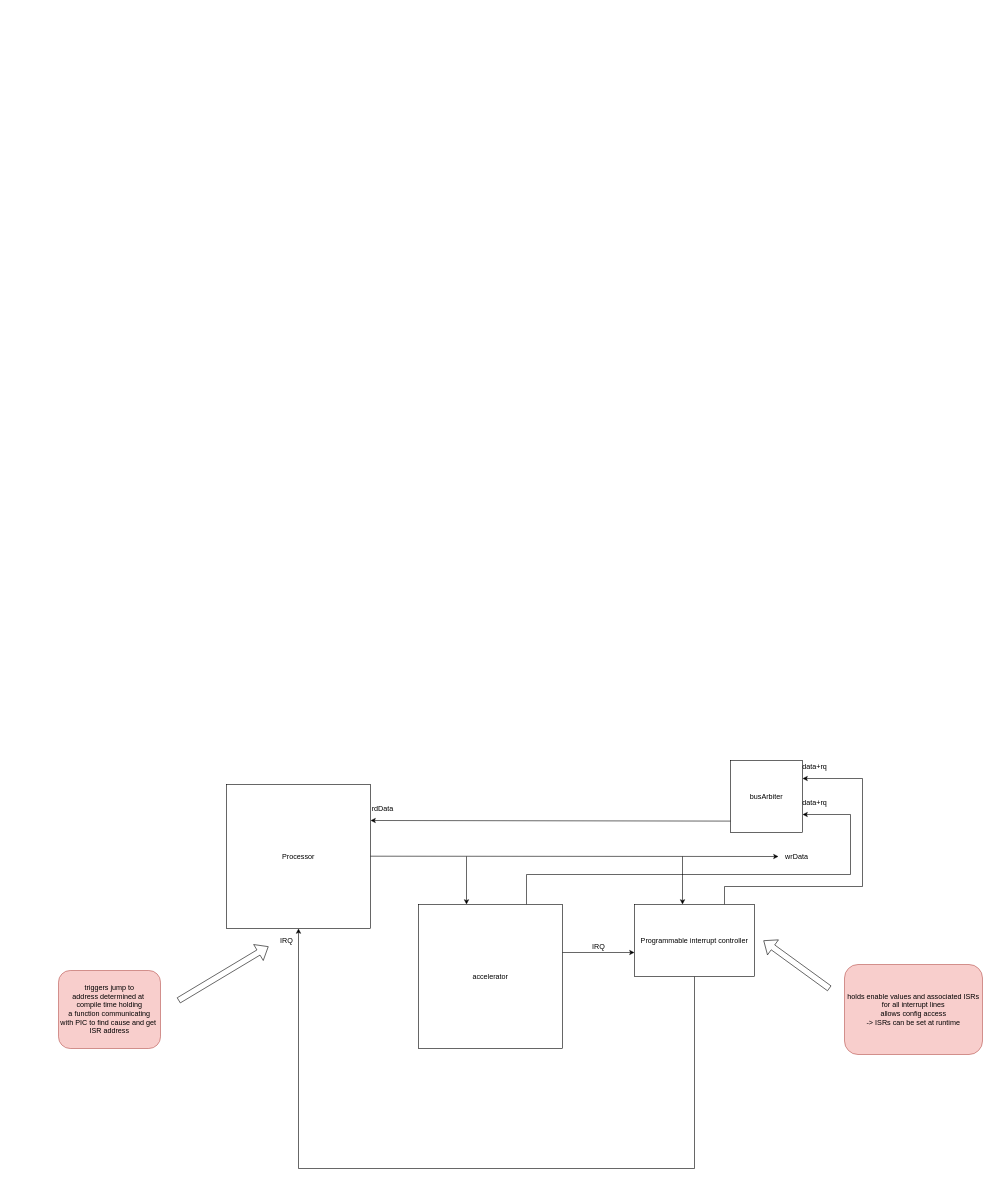
The draw.io diagram documentation/sysArch.drawio in tjarker/RVCore, before the edit. Source tidied: cells renumbered, new cells numbered last; positions are measured from the earlier drawing's top-left corner, leaving out a move shared by most shapes. Both pictures are drawn from the tidied source at 60%, with x=0, y=0 at pixel (58, 760).
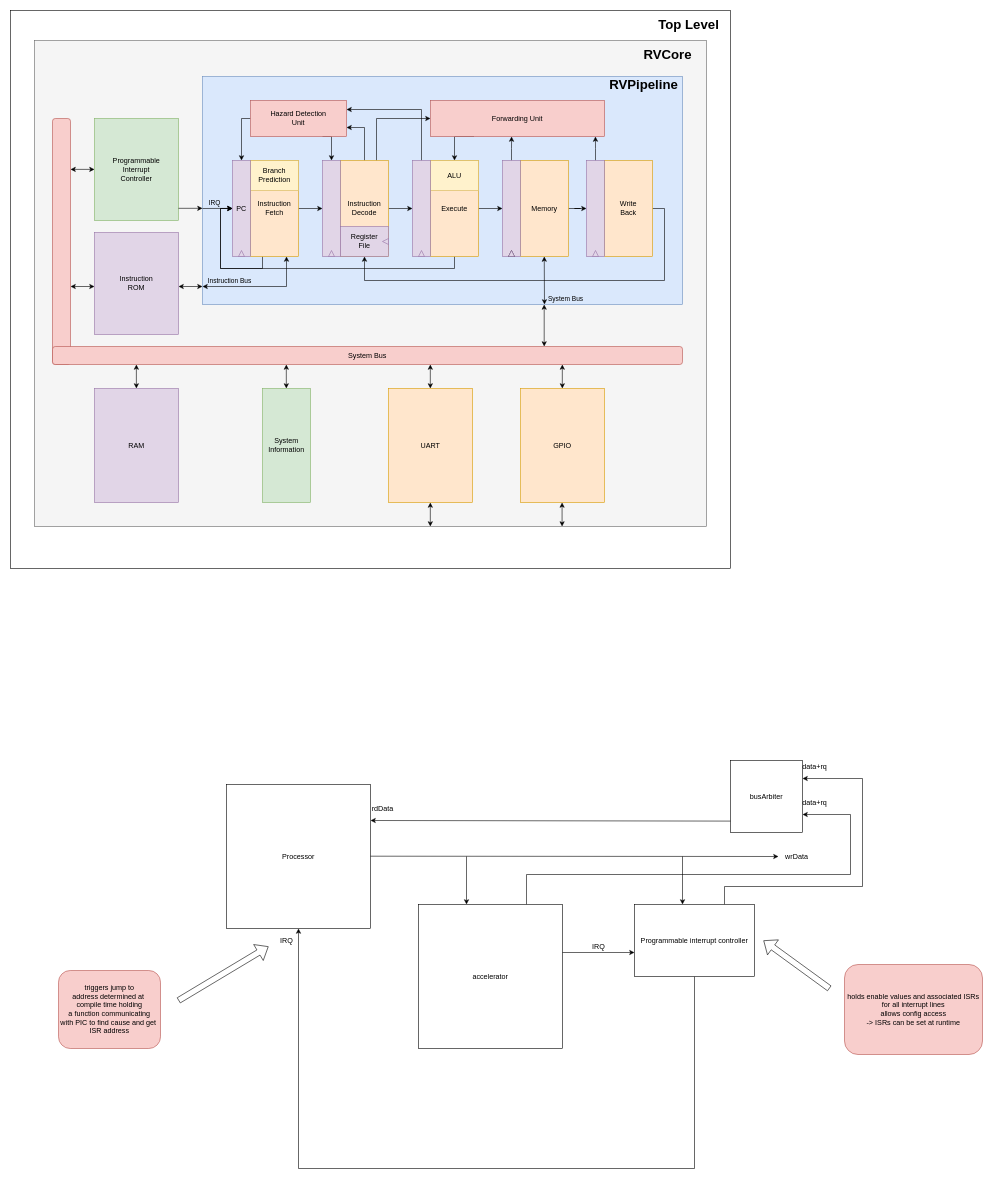
After the change.

Diff of the diagram source:
```diff
@@
+    <mxCell id="24" style="rounded=0;whiteSpace=wrap;html=1;" parent="1" vertex="1">
+      <mxGeometry x="-80" y="-1250" width="1200" height="930" as="geometry" />
+    </mxCell>
+    <mxCell id="25" style="rounded=0;whiteSpace=wrap;html=1;fillColor=#f5f5f5;strokeColor=#666666;fontColor=#333333;" parent="1" vertex="1">
+      <mxGeometry x="-40" y="-1200" width="1120" height="810" as="geometry" />
+    </mxCell>
+    <mxCell id="26" style="rounded=0;whiteSpace=wrap;html=1;fillColor=#dae8fc;strokeColor=#6c8ebf;" parent="1" vertex="1">
+      <mxGeometry x="240" y="-1140" width="800" height="380" as="geometry" />
+    </mxCell>
@@
+    <mxCell id="27" style="edgeStyle=orthogonalEdgeStyle;rounded=0;jettySize=auto;html=1;exitX=1;exitY=0.5;exitDx=0;exitDy=0;entryX=0;entryY=0.5;entryDx=0;entryDy=0;" parent="1" edge="1" source="29" target="41">
+      <mxGeometry relative="1" as="geometry" />
+    </mxCell>
+    <mxCell id="28" style="edgeStyle=orthogonalEdgeStyle;rounded=0;jettySize=auto;html=1;exitX=0.25;exitY=1;exitDx=0;exitDy=0;entryX=0;entryY=0.5;entryDx=0;entryDy=0;" parent="1" edge="1" source="29" target="88">
+      <mxGeometry relative="1" as="geometry">
+        <Array as="points">
+          <mxPoint x="340" y="-820" />
+          <mxPoint x="270" y="-820" />
+          <mxPoint x="270" y="-920" />
+        </Array>
+      </mxGeometry>
+    </mxCell>
+    <mxCell id="29" value="Instruction&lt;br&gt;Fetch" style="rounded=0;whiteSpace=wrap;html=1;fillColor=#ffe6cc;strokeColor=#d79b00;" parent="1" vertex="1">
+      <mxGeometry x="320" y="-1000" width="80" height="160" as="geometry" />
+    </mxCell>
+    <mxCell id="30" style="edgeStyle=orthogonalEdgeStyle;rounded=0;jettySize=auto;html=1;exitX=1;exitY=0.5;exitDx=0;exitDy=0;entryX=0;entryY=0.5;entryDx=0;entryDy=0;" parent="1" edge="1" source="33" target="90">
+      <mxGeometry relative="1" as="geometry" />
+    </mxCell>
+    <mxCell id="31" style="edgeStyle=orthogonalEdgeStyle;rounded=0;jettySize=auto;html=1;exitX=0.75;exitY=0;exitDx=0;exitDy=0;entryX=0;entryY=0.5;entryDx=0;entryDy=0;" parent="1" edge="1" source="33" target="56">
+      <mxGeometry relative="1" as="geometry">
+        <Array as="points">
+          <mxPoint x="530" y="-1070" />
+        </Array>
+      </mxGeometry>
+    </mxCell>
+    <mxCell id="32" style="edgeStyle=orthogonalEdgeStyle;rounded=0;jettySize=auto;html=1;exitX=0.5;exitY=0;exitDx=0;exitDy=0;entryX=1;entryY=0.75;entryDx=0;entryDy=0;" parent="1" edge="1" source="33" target="59">
+      <mxGeometry relative="1" as="geometry" />
+    </mxCell>
+    <mxCell id="33" value="Instruction&lt;br&gt;Decode" style="rounded=0;whiteSpace=wrap;html=1;fillColor=#ffe6cc;strokeColor=#d79b00;" parent="1" vertex="1">
+      <mxGeometry x="470" y="-1000" width="80" height="160" as="geometry" />
+    </mxCell>
+    <mxCell id="34" style="edgeStyle=orthogonalEdgeStyle;rounded=0;jettySize=auto;html=1;exitX=1;exitY=0.5;exitDx=0;exitDy=0;entryX=0;entryY=0.5;entryDx=0;entryDy=0;" parent="1" edge="1" source="36" target="45">
+      <mxGeometry relative="1" as="geometry" />
+    </mxCell>
+    <mxCell id="35" style="edgeStyle=orthogonalEdgeStyle;rounded=0;jettySize=auto;html=1;exitX=0.5;exitY=1;exitDx=0;exitDy=0;entryX=0;entryY=0.5;entryDx=0;entryDy=0;" parent="1" edge="1" source="36" target="88">
+      <mxGeometry relative="1" as="geometry">
+        <Array as="points">
+          <mxPoint x="660" y="-820" />
+          <mxPoint x="270" y="-820" />
+          <mxPoint x="270" y="-920" />
+        </Array>
+      </mxGeometry>
+    </mxCell>
+    <mxCell id="36" value="Execute" style="rounded=0;whiteSpace=wrap;html=1;fillColor=#ffe6cc;strokeColor=#d79b00;" parent="1" vertex="1">
+      <mxGeometry x="620" y="-1000" width="80" height="160" as="geometry" />
+    </mxCell>
+    <mxCell id="37" style="edgeStyle=orthogonalEdgeStyle;rounded=0;jettySize=auto;html=1;exitX=1;exitY=0.5;exitDx=0;exitDy=0;" parent="1" edge="1" source="38" target="48">
+      <mxGeometry relative="1" as="geometry" />
+    </mxCell>
+    <mxCell id="38" value="Memory" style="rounded=0;whiteSpace=wrap;html=1;fillColor=#ffe6cc;strokeColor=#d79b00;" parent="1" vertex="1">
+      <mxGeometry x="770" y="-1000" width="80" height="160" as="geometry" />
+    </mxCell>
+    <mxCell id="39" style="edgeStyle=orthogonalEdgeStyle;rounded=0;jettySize=auto;html=1;exitX=1;exitY=0.5;exitDx=0;exitDy=0;entryX=0.5;entryY=1;entryDx=0;entryDy=0;" parent="1" edge="1" source="40" target="51">
+      <mxGeometry relative="1" as="geometry">
+        <Array as="points">
+          <mxPoint x="1010" y="-920" />
+          <mxPoint x="1010" y="-800" />
+          <mxPoint x="510" y="-800" />
+        </Array>
+      </mxGeometry>
+    </mxCell>
+    <mxCell id="40" value="Write&lt;br&gt;Back" style="rounded=0;whiteSpace=wrap;html=1;fillColor=#ffe6cc;strokeColor=#d79b00;" parent="1" vertex="1">
+      <mxGeometry x="910" y="-1000" width="80" height="160" as="geometry" />
+    </mxCell>
+    <mxCell id="41" style="rounded=0;whiteSpace=wrap;html=1;fillColor=#e1d5e7;strokeColor=#9673a6;" parent="1" vertex="1">
+      <mxGeometry x="440" y="-1000" width="30" height="160" as="geometry" />
+    </mxCell>
+    <mxCell id="42" style="triangle;whiteSpace=wrap;html=1;rotation=-90;fillColor=#e1d5e7;strokeColor=#9673a6;" parent="1" vertex="1">
+      <mxGeometry x="450" y="-850" width="10" height="10" as="geometry" />
+    </mxCell>
+    <mxCell id="43" style="edgeStyle=orthogonalEdgeStyle;rounded=0;jettySize=auto;html=1;exitX=0.5;exitY=0;exitDx=0;exitDy=0;entryX=1;entryY=0.25;entryDx=0;entryDy=0;" parent="1" edge="1" source="90" target="59">
+      <mxGeometry relative="1" as="geometry" />
+    </mxCell>
+    <mxCell id="44" style="edgeStyle=orthogonalEdgeStyle;rounded=0;jettySize=auto;html=1;exitX=0.5;exitY=0;exitDx=0;exitDy=0;entryX=0.466;entryY=1;entryDx=0;entryDy=0;entryPerimeter=0;" parent="1" edge="1" source="45" target="56">
+      <mxGeometry relative="1" as="geometry" />
+    </mxCell>
+    <mxCell id="45" style="rounded=0;whiteSpace=wrap;html=1;fillColor=#e1d5e7;strokeColor=#9673a6;" parent="1" vertex="1">
+      <mxGeometry x="740" y="-1000" width="30" height="160" as="geometry" />
+    </mxCell>
+    <mxCell id="46" style="triangle;whiteSpace=wrap;html=1;rotation=-90;" parent="1" vertex="1">
+      <mxGeometry x="750" y="-850" width="10" height="10" as="geometry" />
+    </mxCell>
+    <mxCell id="47" style="edgeStyle=orthogonalEdgeStyle;rounded=0;jettySize=auto;html=1;exitX=0.5;exitY=0;exitDx=0;exitDy=0;entryX=0.948;entryY=1;entryDx=0;entryDy=0;entryPerimeter=0;" parent="1" edge="1" source="48" target="56">
+      <mxGeometry relative="1" as="geometry" />
+    </mxCell>
+    <mxCell id="48" style="rounded=0;whiteSpace=wrap;html=1;fillColor=#e1d5e7;strokeColor=#9673a6;" parent="1" vertex="1">
+      <mxGeometry x="880" y="-1000" width="30" height="160" as="geometry" />
+    </mxCell>
+    <mxCell id="49" style="triangle;whiteSpace=wrap;html=1;rotation=-90;fillColor=#e1d5e7;strokeColor=#9673a6;" parent="1" vertex="1">
+      <mxGeometry x="890" y="-850" width="10" height="10" as="geometry" />
+    </mxCell>
+    <mxCell id="50" value="Branch&lt;br&gt;Prediction" style="rounded=0;whiteSpace=wrap;html=1;fillColor=#fff2cc;strokeColor=#d6b656;" parent="1" vertex="1">
+      <mxGeometry x="320" y="-1000" width="80" height="50" as="geometry" />
+    </mxCell>
+    <mxCell id="51" value="Register&lt;br&gt;File" style="rounded=0;whiteSpace=wrap;html=1;fillColor=#e1d5e7;strokeColor=#9673a6;" parent="1" vertex="1">
+      <mxGeometry x="470" y="-890" width="80" height="50" as="geometry" />
+    </mxCell>
+    <mxCell id="52" style="triangle;whiteSpace=wrap;html=1;rotation=-180;fillColor=#e1d5e7;strokeColor=#9673a6;" parent="1" vertex="1">
+      <mxGeometry x="540" y="-870" width="10" height="10" as="geometry" />
+    </mxCell>
+    <mxCell id="53" value="ALU" style="rounded=0;whiteSpace=wrap;html=1;fillColor=#fff2cc;strokeColor=#d6b656;" parent="1" vertex="1">
+      <mxGeometry x="620" y="-1000" width="80" height="50" as="geometry" />
+    </mxCell>
+    <mxCell id="54" style="triangle;whiteSpace=wrap;html=1;rotation=-90;fillColor=#e1d5e7;strokeColor=#9673a6;" parent="1" vertex="1">
+      <mxGeometry x="750" y="-850" width="10" height="10" as="geometry" />
+    </mxCell>
+    <mxCell id="55" style="edgeStyle=orthogonalEdgeStyle;rounded=0;jettySize=auto;html=1;exitX=0.25;exitY=1;exitDx=0;exitDy=0;entryX=0.5;entryY=0;entryDx=0;entryDy=0;" parent="1" edge="1" source="56" target="53">
+      <mxGeometry relative="1" as="geometry">
+        <Array as="points">
+          <mxPoint x="660" y="-1040" />
+        </Array>
+      </mxGeometry>
+    </mxCell>
+    <mxCell id="56" value="Forwarding Unit" style="rounded=0;whiteSpace=wrap;html=1;fillColor=#f8cecc;strokeColor=#b85450;" parent="1" vertex="1">
+      <mxGeometry x="620" y="-1100" width="290" height="60" as="geometry" />
+    </mxCell>
+    <mxCell id="57" style="edgeStyle=orthogonalEdgeStyle;rounded=0;jettySize=auto;html=1;exitX=0;exitY=0.5;exitDx=0;exitDy=0;entryX=0.5;entryY=0;entryDx=0;entryDy=0;" parent="1" edge="1" source="59" target="88">
+      <mxGeometry relative="1" as="geometry">
+        <Array as="points">
+          <mxPoint x="305" y="-1070" />
+        </Array>
+      </mxGeometry>
+    </mxCell>
+    <mxCell id="58" style="edgeStyle=orthogonalEdgeStyle;rounded=0;jettySize=auto;html=1;exitX=0.75;exitY=1;exitDx=0;exitDy=0;entryX=0.5;entryY=0;entryDx=0;entryDy=0;" parent="1" edge="1" source="59" target="41">
+      <mxGeometry relative="1" as="geometry">
+        <Array as="points">
+          <mxPoint x="455" y="-1040" />
+        </Array>
+      </mxGeometry>
+    </mxCell>
+    <mxCell id="59" value="Hazard Detection&lt;br&gt;Unit" style="rounded=0;whiteSpace=wrap;html=1;fillColor=#f8cecc;strokeColor=#b85450;" parent="1" vertex="1">
+      <mxGeometry x="320" y="-1100" width="160" height="60" as="geometry" />
+    </mxCell>
+    <mxCell id="60" style="endArrow=classic;startArrow=classic;html=1;" parent="1" edge="1">
+      <mxGeometry relative="1" as="geometry">
+        <mxPoint x="810" y="-760" as="sourcePoint" />
+        <mxPoint x="809.6" y="-840" as="targetPoint" />
+      </mxGeometry>
+    </mxCell>
+    <mxCell id="61" value="RVPipeline" style="text;html=1;align=center;verticalAlign=middle;fontStyle=1;fontSize=22;" parent="1" vertex="1">
+      <mxGeometry x="910" y="-1140" width="130" height="30" as="geometry" />
+    </mxCell>
+    <mxCell id="62" style="endArrow=classic;html=1;fontSize=22;" parent="1" edge="1">
+      <mxGeometry relative="1" as="geometry">
+        <mxPoint x="240" y="-920" as="sourcePoint" />
+        <mxPoint x="290" y="-920.2" as="targetPoint" />
+      </mxGeometry>
+    </mxCell>
+    <mxCell id="63" value="&lt;font style=&quot;font-size: 11px&quot;&gt;Instruction Bus&lt;/font&gt;" style="text;html=1;align=center;verticalAlign=middle;fontSize=11;" parent="1" vertex="1">
+      <mxGeometry x="240" y="-810" width="90" height="20" as="geometry" />
+    </mxCell>
+    <mxCell id="64" value="&lt;font style=&quot;font-size: 11px&quot;&gt;System Bus&lt;/font&gt;" style="text;html=1;align=center;verticalAlign=middle;fontSize=11;" parent="1" vertex="1">
+      <mxGeometry x="810" y="-780" width="70" height="20" as="geometry" />
+    </mxCell>
+    <mxCell id="65" value="&lt;font style=&quot;font-size: 11px;&quot;&gt;IRQ&lt;/font&gt;" style="text;html=1;align=center;verticalAlign=middle;fontSize=11;" parent="1" vertex="1">
+      <mxGeometry x="240" y="-940" width="40" height="20" as="geometry" />
+    </mxCell>
+    <mxCell id="66" style="endArrow=classic;startArrow=classic;html=1;" parent="1" edge="1">
+      <mxGeometry relative="1" as="geometry">
+        <mxPoint x="200" y="-790" as="sourcePoint" />
+        <mxPoint x="240" y="-790" as="targetPoint" />
+      </mxGeometry>
+    </mxCell>
+    <mxCell id="67" value="Programmable&lt;br&gt;Interrupt&lt;br&gt;Controller" style="rounded=0;whiteSpace=wrap;html=1;fillColor=#d5e8d4;strokeColor=#82b366;" parent="1" vertex="1">
+      <mxGeometry x="60" y="-1070" width="140" height="170" as="geometry" />
+    </mxCell>
+    <mxCell id="68" style="endArrow=classic;html=1;" parent="1" edge="1">
+      <mxGeometry relative="1" as="geometry">
+        <mxPoint x="200" y="-920.3" as="sourcePoint" />
+        <mxPoint x="240" y="-920.3" as="targetPoint" />
+      </mxGeometry>
+    </mxCell>
+    <mxCell id="69" value="Instruction&lt;br&gt;ROM" style="rounded=0;whiteSpace=wrap;html=1;fillColor=#e1d5e7;strokeColor=#9673a6;" parent="1" vertex="1">
+      <mxGeometry x="60" y="-880" width="140" height="170" as="geometry" />
+    </mxCell>
+    <mxCell id="70" style="endArrow=classic;html=1;" parent="1" edge="1">
+      <mxGeometry relative="1" as="geometry">
+        <mxPoint x="380" y="-790" as="sourcePoint" />
+        <mxPoint x="380" y="-840" as="targetPoint" />
+      </mxGeometry>
+    </mxCell>
+    <mxCell id="71" style="endArrow=classic;html=1;" parent="1" edge="1">
+      <mxGeometry relative="1" as="geometry">
+        <mxPoint x="380" y="-790" as="sourcePoint" />
+        <mxPoint x="240" y="-790" as="targetPoint" />
+      </mxGeometry>
+    </mxCell>
+    <mxCell id="72" style="rounded=1;whiteSpace=wrap;html=1;fillColor=#f8cecc;strokeColor=#b85450;" parent="1" vertex="1">
+      <mxGeometry x="-10" y="-1070" width="30" height="410" as="geometry" />
+    </mxCell>
+    <mxCell id="73" value="System Bus" style="rounded=1;whiteSpace=wrap;html=1;fillColor=#f8cecc;strokeColor=#b85450;" parent="1" vertex="1">
+      <mxGeometry x="-10" y="-690" width="1050" height="30" as="geometry" />
+    </mxCell>
+    <mxCell id="74" style="endArrow=classic;startArrow=classic;html=1;" parent="1" edge="1">
+      <mxGeometry relative="1" as="geometry">
+        <mxPoint x="20" y="-790" as="sourcePoint" />
+        <mxPoint x="60" y="-790" as="targetPoint" />
+      </mxGeometry>
+    </mxCell>
+    <mxCell id="75" style="endArrow=classic;startArrow=classic;html=1;" parent="1" edge="1">
+      <mxGeometry relative="1" as="geometry">
+        <mxPoint x="20" y="-985.2" as="sourcePoint" />
+        <mxPoint x="60" y="-985.2" as="targetPoint" />
+      </mxGeometry>
+    </mxCell>
+    <mxCell id="76" style="endArrow=classic;startArrow=classic;html=1;" parent="1" edge="1">
+      <mxGeometry relative="1" as="geometry">
+        <mxPoint x="809.5" y="-690" as="sourcePoint" />
+        <mxPoint x="809.5" y="-760" as="targetPoint" />
+      </mxGeometry>
+    </mxCell>
+    <mxCell id="77" value="RAM" style="rounded=0;whiteSpace=wrap;html=1;fillColor=#e1d5e7;strokeColor=#9673a6;" parent="1" vertex="1">
+      <mxGeometry x="60" y="-620" width="140" height="190" as="geometry" />
+    </mxCell>
+    <mxCell id="78" style="endArrow=classic;startArrow=classic;html=1;" parent="1" edge="1">
+      <mxGeometry relative="1" as="geometry">
+        <mxPoint x="129.8" y="-620" as="sourcePoint" />
+        <mxPoint x="129.8" y="-660" as="targetPoint" />
+      </mxGeometry>
+    </mxCell>
+    <mxCell id="79" value="UART" style="rounded=0;whiteSpace=wrap;html=1;fillColor=#ffe6cc;strokeColor=#d79b00;" parent="1" vertex="1">
+      <mxGeometry x="550" y="-620" width="140" height="190" as="geometry" />
+    </mxCell>
+    <mxCell id="80" value="System&lt;br&gt;Information" style="rounded=0;whiteSpace=wrap;html=1;fillColor=#d5e8d4;strokeColor=#82b366;" parent="1" vertex="1">
+      <mxGeometry x="340" y="-620" width="80" height="190" as="geometry" />
+    </mxCell>
+    <mxCell id="81" style="endArrow=classic;startArrow=classic;html=1;" parent="1" edge="1">
+      <mxGeometry relative="1" as="geometry">
+        <mxPoint x="379.7" y="-620" as="sourcePoint" />
+        <mxPoint x="379.7" y="-660" as="targetPoint" />
+      </mxGeometry>
+    </mxCell>
+    <mxCell id="82" style="endArrow=classic;startArrow=classic;html=1;" parent="1" edge="1">
+      <mxGeometry relative="1" as="geometry">
+        <mxPoint x="619.7" y="-620" as="sourcePoint" />
+        <mxPoint x="619.7" y="-660" as="targetPoint" />
+      </mxGeometry>
+    </mxCell>
+    <mxCell id="83" value="GPIO" style="rounded=0;whiteSpace=wrap;html=1;fillColor=#ffe6cc;strokeColor=#d79b00;" parent="1" vertex="1">
+      <mxGeometry x="770" y="-620" width="140" height="190" as="geometry" />
+    </mxCell>
+    <mxCell id="84" style="endArrow=classic;startArrow=classic;html=1;" parent="1" edge="1">
+      <mxGeometry relative="1" as="geometry">
+        <mxPoint x="839.7" y="-620" as="sourcePoint" />
+        <mxPoint x="839.7" y="-660" as="targetPoint" />
+      </mxGeometry>
+    </mxCell>
+    <mxCell id="85" style="endArrow=classic;startArrow=classic;html=1;" parent="1" edge="1">
+      <mxGeometry relative="1" as="geometry">
+        <mxPoint x="619.7" y="-390" as="sourcePoint" />
+        <mxPoint x="619.7" y="-430" as="targetPoint" />
+      </mxGeometry>
+    </mxCell>
+    <mxCell id="86" style="endArrow=classic;startArrow=classic;html=1;" parent="1" edge="1">
+      <mxGeometry relative="1" as="geometry">
+        <mxPoint x="839.3" y="-390" as="sourcePoint" />
+        <mxPoint x="839.3" y="-430" as="targetPoint" />
+      </mxGeometry>
+    </mxCell>
+    <mxCell id="87" value="RVCore" style="text;html=1;align=center;verticalAlign=middle;fontStyle=1;fontSize=22;" parent="1" vertex="1">
+      <mxGeometry x="965" y="-1190" width="100" height="30" as="geometry" />
+    </mxCell>
+    <mxCell id="88" value="PC" style="rounded=0;whiteSpace=wrap;html=1;fillColor=#e1d5e7;strokeColor=#9673a6;" parent="1" vertex="1">
+      <mxGeometry x="290" y="-1000" width="30" height="160" as="geometry" />
+    </mxCell>
+    <mxCell id="89" style="triangle;whiteSpace=wrap;html=1;rotation=-90;fillColor=#e1d5e7;strokeColor=#9673a6;" parent="1" vertex="1">
+      <mxGeometry x="300" y="-850" width="10" height="10" as="geometry" />
+    </mxCell>
+    <mxCell id="90" style="rounded=0;whiteSpace=wrap;html=1;fillColor=#e1d5e7;strokeColor=#9673a6;" parent="1" vertex="1">
+      <mxGeometry x="590" y="-1000" width="30" height="160" as="geometry" />
+    </mxCell>
+    <mxCell id="91" style="triangle;whiteSpace=wrap;html=1;rotation=-90;fillColor=#e1d5e7;strokeColor=#9673a6;" parent="1" vertex="1">
+      <mxGeometry x="600" y="-850" width="10" height="10" as="geometry" />
+    </mxCell>
+    <mxCell id="92" value="Top Level" style="text;html=1;align=center;verticalAlign=middle;fontStyle=1;fontSize=22;" parent="1" vertex="1">
+      <mxGeometry x="990" y="-1240" width="120" height="30" as="geometry" />
+    </mxCell>
```
